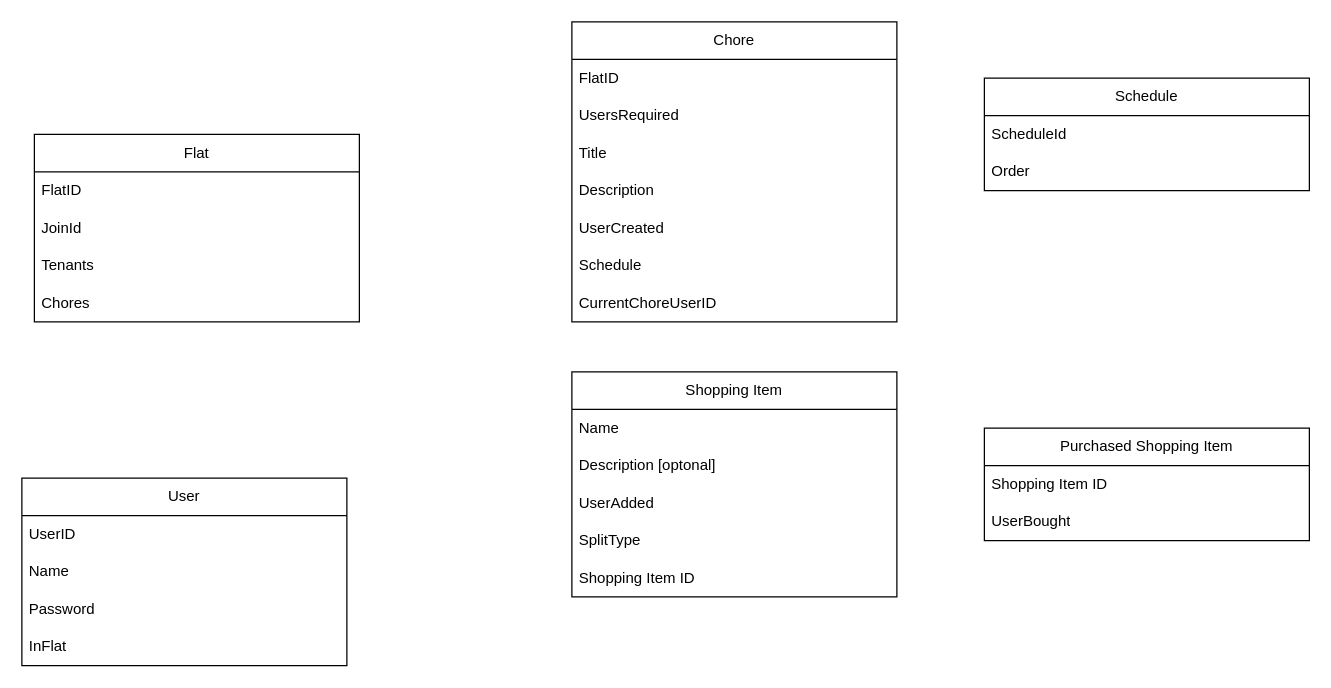
Above: src/app/lib/models.drawio in Wroppy/loded_frezeer (draw.io), before the change. Source tidied: cells renumbered, new cells numbered last; positions are measured from the earlier drawing's top-left corner, leaving out a move shared by most shapes. Both pictures are drawn from the tidied source at 125%, with x=0, y=0 at pixel (21, 21).
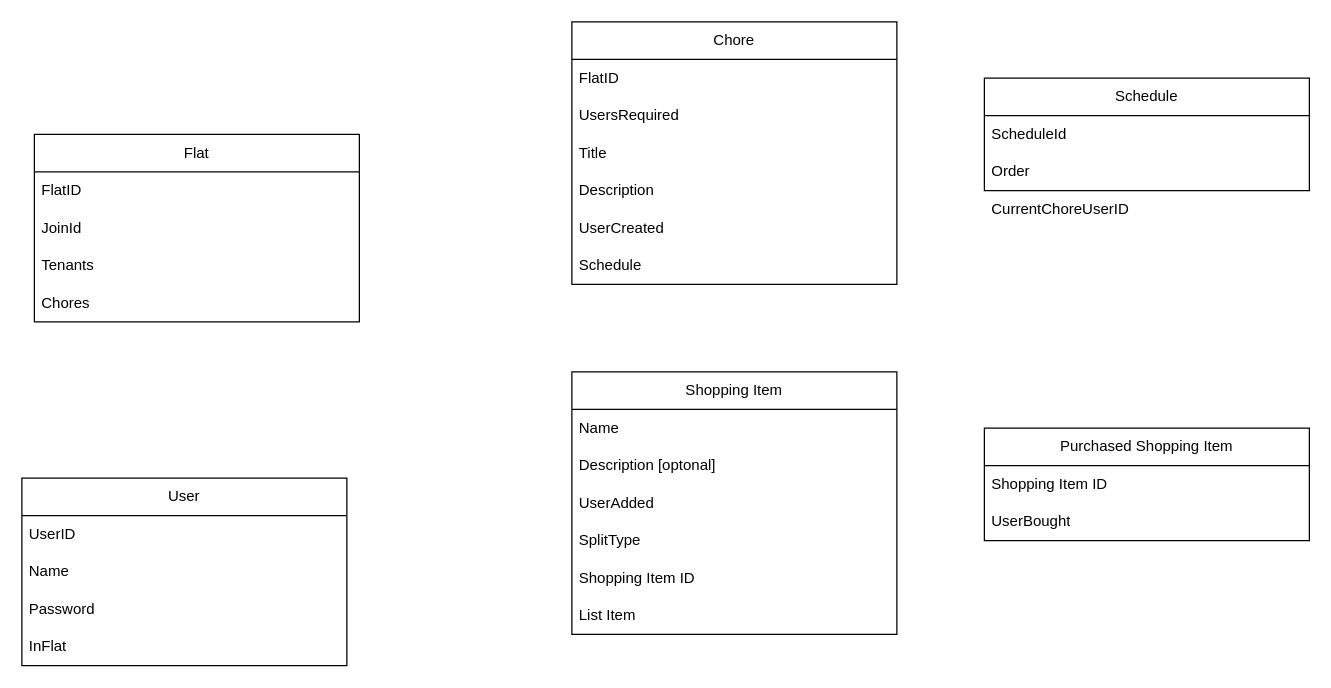
Above is the later version.

Commit message:
Added quantity to shopping list item block

What changed in the source:
```diff
@@
     <mxCell id="2" value="Chore" style="swimlane;fontStyle=0;horizontal=1;startSize=30;whiteSpace=wrap;html=1;" parent="1" vertex="1">
-      <mxGeometry x="440" width="260" height="240" as="geometry" />
+      <mxGeometry x="440" width="260" height="210" as="geometry" />
     </mxCell>
@@
-    <mxCell id="9" value="CurrentChoreUserID" style="text;strokeColor=none;fillColor=none;align=left;verticalAlign=middle;spacingLeft=4;spacingRight=4;overflow=hidden;whiteSpace=wrap;html=1;" parent="2" vertex="1">
-      <mxGeometry y="210" width="260" height="30" as="geometry" />
-    </mxCell>
@@
     <mxCell id="18" value="Shopping Item" style="swimlane;fontStyle=0;horizontal=1;startSize=30;whiteSpace=wrap;html=1;" parent="1" vertex="1">
-      <mxGeometry x="440" y="280" width="260" height="180" as="geometry" />
+      <mxGeometry x="440" y="280" width="260" height="210" as="geometry" />
     </mxCell>
@@
+    <mxCell id="32" value="List Item" style="text;strokeColor=none;fillColor=none;align=left;verticalAlign=middle;spacingLeft=4;spacingRight=4;overflow=hidden;whiteSpace=wrap;html=1;" parent="18" vertex="1">
+      <mxGeometry y="180" width="260" height="30" as="geometry" />
+    </mxCell>
@@
+    <mxCell id="9" value="CurrentChoreUserID" style="text;strokeColor=none;fillColor=none;align=left;verticalAlign=middle;spacingLeft=4;spacingRight=4;overflow=hidden;whiteSpace=wrap;html=1;" parent="1" vertex="1">
+      <mxGeometry x="770" y="135" width="260" height="30" as="geometry" />
+    </mxCell>
```
